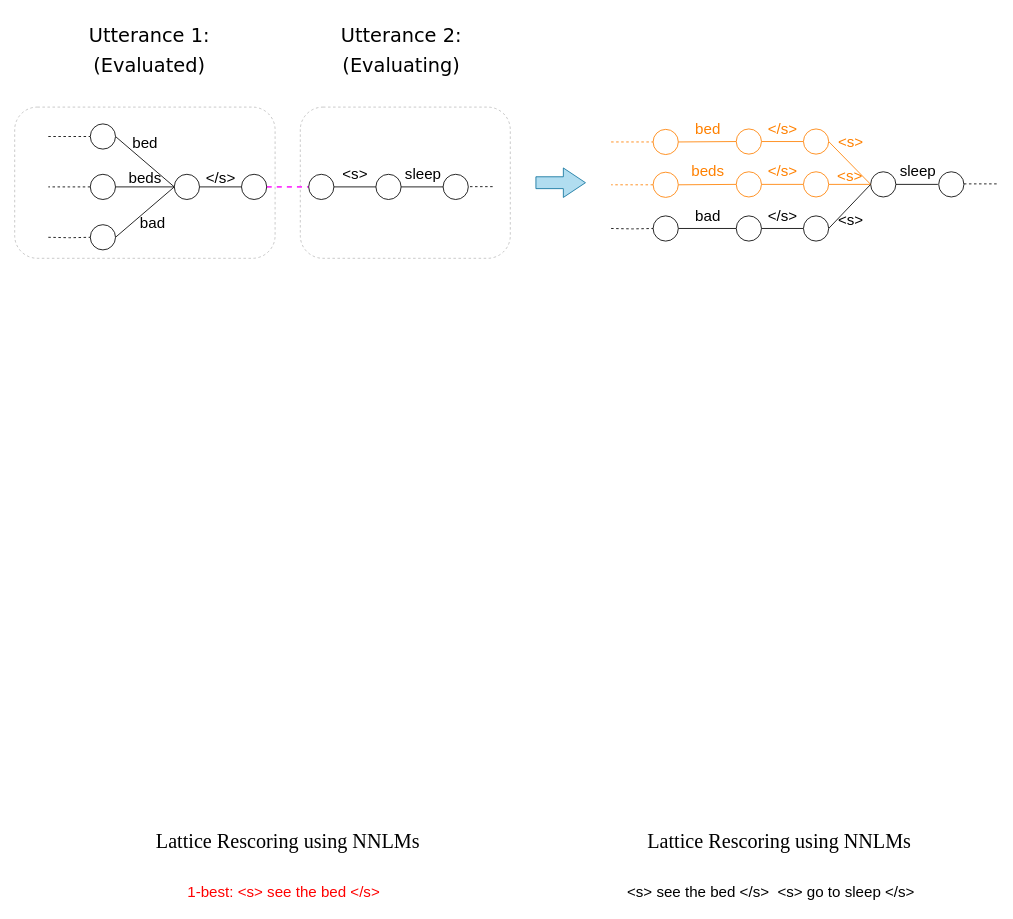
AmourWaltz/BayesLMs keeps this draw.io diagram as Lattice Rescoring4.drawio. Above is the earlier version. Source tidied: cells renumbered, new cells numbered last; positions are measured from the earlier drawing's top-left corner, leaving out a move shared by most shapes. Both pictures are drawn from the tidied source at 84%, with x=0, y=0 at pixel (14, 14).
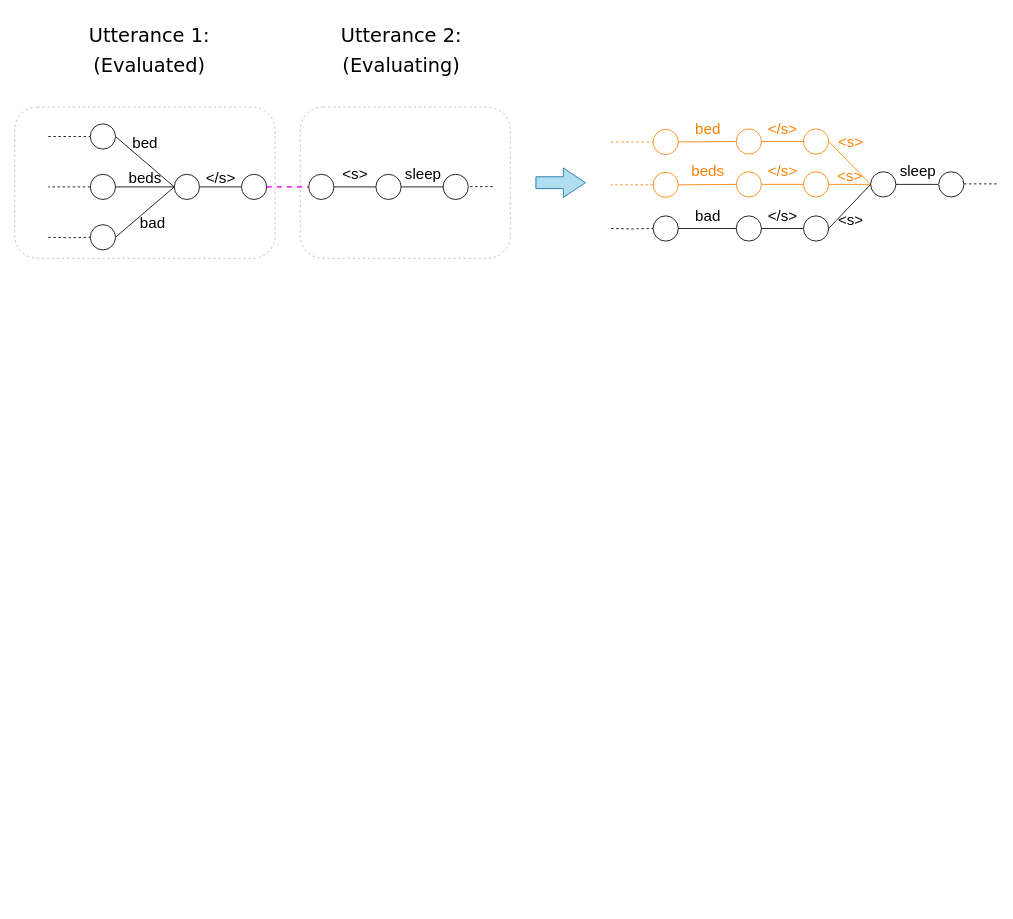
After the change.

Diff of the diagram source:
```diff
@@
-    <mxCell id="20" value="&lt;font color=&quot;#ff0000&quot;&gt;1-best: &amp;lt;s&amp;gt; see the bed &amp;lt;/s&amp;gt;&lt;/font&gt;" style="text;html=1;align=center;verticalAlign=middle;strokeColor=none;fillColor=none;fontSize=18;" parent="1" vertex="1">
-      <mxGeometry x="200" y="1030" width="240" height="30" as="geometry" />
-    </mxCell>
-    <mxCell id="21" value="&lt;font face=&quot;Garamond&quot; style=&quot;font-size: 24px&quot;&gt;Lattice Rescoring using NNLMs&lt;/font&gt;" style="text;html=1;align=center;verticalAlign=middle;strokeColor=none;fillColor=none;fontSize=18;" parent="1" vertex="1">
-      <mxGeometry x="160" y="970" width="330" height="30" as="geometry" />
-    </mxCell>
@@
-    <mxCell id="23" value="&amp;lt;s&amp;gt; see the bed &amp;lt;/s&amp;gt; &amp;nbsp;&amp;lt;s&amp;gt; go to sleep &amp;lt;/s&amp;gt;" style="text;html=1;align=center;verticalAlign=middle;strokeColor=none;fillColor=none;fontSize=18;" parent="1" vertex="1">
-      <mxGeometry x="720" y="1030" width="360" height="30" as="geometry" />
-    </mxCell>
-    <mxCell id="24" value="&lt;font face=&quot;Garamond&quot; style=&quot;font-size: 24px&quot;&gt;Lattice Rescoring using NNLMs&lt;/font&gt;" style="text;html=1;align=center;verticalAlign=middle;strokeColor=none;fillColor=none;fontSize=18;" parent="1" vertex="1">
-      <mxGeometry x="745" y="970" width="330" height="30" as="geometry" />
-    </mxCell>
```
